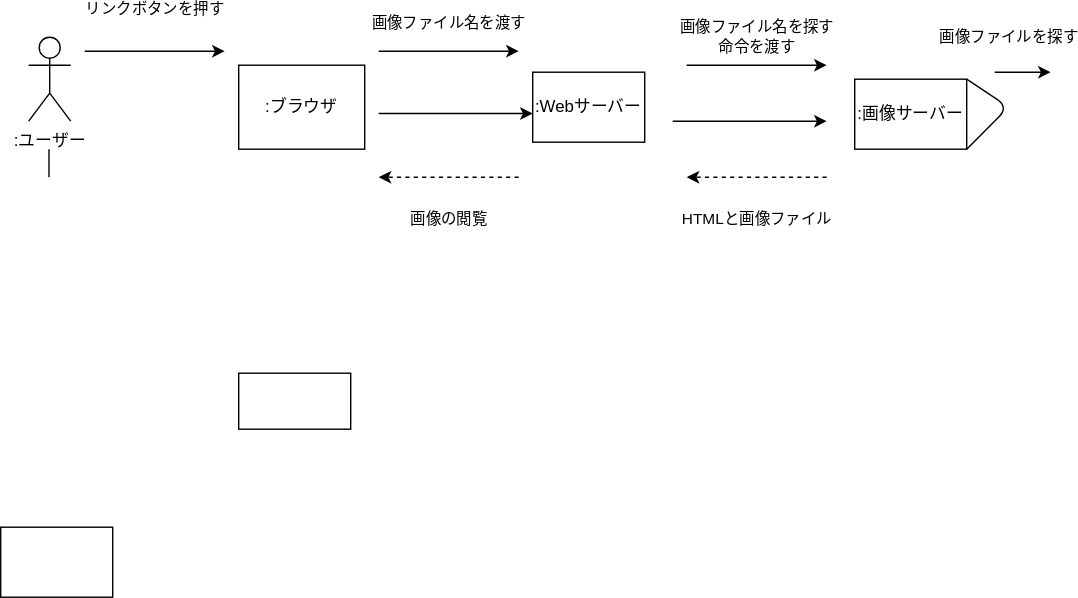
Earlier version of the draw.io export 演習５-1_CD_Web画像検索.drawio.svg (zessyou/uml-introduction). Source tidied: cells renumbered, new cells last; positions are measured from the earlier drawing's top-left corner, leaving out a move shared by most shapes.
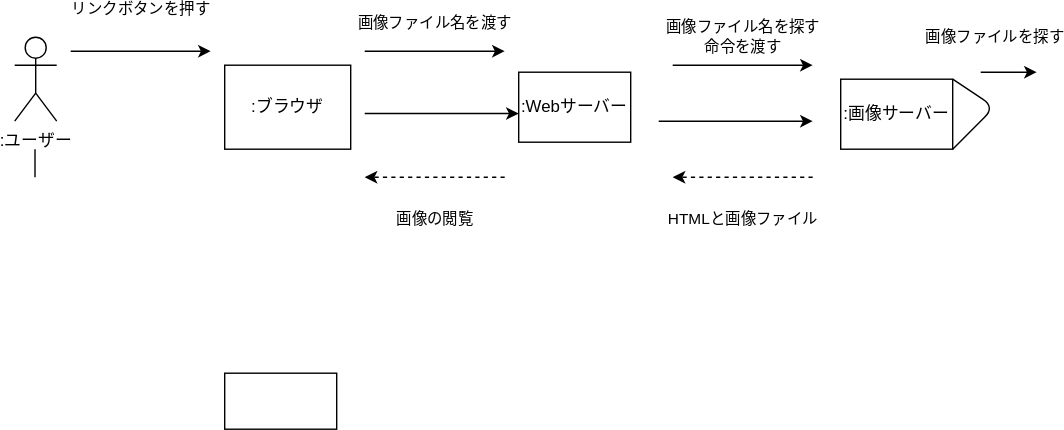
After the commit.

Commit message:
５の課題修正

Change to the diagram source:
```diff
@@ -5,9 +5,6 @@
     <mxCell id="2" value=":ユーザー" style="shape=umlActor;verticalLabelPosition=bottom;verticalAlign=top;html=1;" parent="1" vertex="1">
       <mxGeometry x="20" width="30" height="60" as="geometry" />
     </mxCell>
-    <mxCell id="3" style="rounded=0;whiteSpace=wrap;html=1;direction=south;" parent="1" vertex="1">
-      <mxGeometry y="350" width="80" height="50" as="geometry" />
-    </mxCell>
     <mxCell id="4" style="endArrow=none;html=1;" parent="1" edge="1">
       <mxGeometry relative="1" as="geometry">
         <mxPoint x="34.5" y="100" as="sourcePoint" />
```
